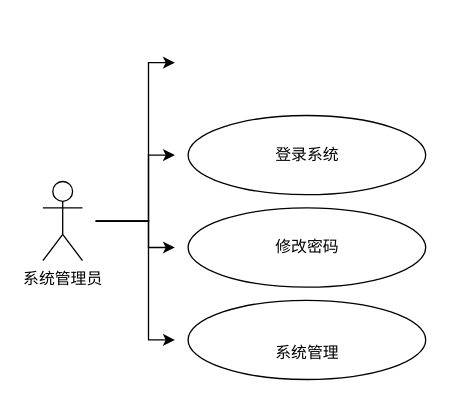
The draw.io diagram page "ent_manager_00" (1 of 2) of src/home/xiaodan/ent_manager.drawio in ab-doc/draw.io, before the edit. Source tidied: cells renumbered, new cells numbered last; positions are measured from the earlier drawing's top-left corner, leaving out a move shared by most shapes. Both pictures are drawn from the tidied source at 132%, with x=0, y=0 at pixel (42, 62).
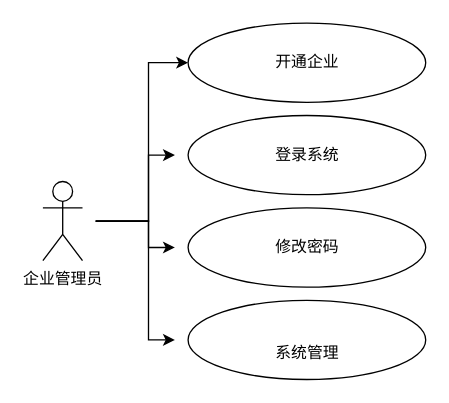
Above is the later version.

Change to the diagram source:
```diff
@@
-    <mxCell id="2" style="edgeStyle=orthogonalEdgeStyle;rounded=0;orthogonalLoop=1;jettySize=auto;html=1;" parent="1" edge="1">
-      <mxGeometry relative="1" as="geometry">
-        <mxPoint x="40" y="120" as="sourcePoint" />
-        <mxPoint x="100" as="targetPoint" />
-        <Array as="points">
-          <mxPoint x="40" y="120" />
-          <mxPoint x="80" y="120" />
-          <mxPoint x="80" />
-        </Array>
-      </mxGeometry>
-    </mxCell>
@@
+    <mxCell id="13" style="edgeStyle=orthogonalEdgeStyle;rounded=0;jettySize=auto;html=1;entryX=0;entryY=0.5;entryDx=0;entryDy=0;" parent="1" edge="1" target="14">
+      <mxGeometry relative="1" as="geometry">
+        <mxPoint x="40" y="120" as="sourcePoint" />
+        <Array as="points">
+          <mxPoint x="80" y="120" />
+          <mxPoint x="80" />
+        </Array>
+      </mxGeometry>
+    </mxCell>
-    <mxCell id="6" value="系统管理员" style="shape=umlActor;verticalLabelPosition=bottom;verticalAlign=top;html=1;" parent="1" vertex="1">
+    <mxCell id="6" value="企业管理员" style="shape=umlActor;verticalLabelPosition=bottom;verticalAlign=top;html=1;" parent="1" vertex="1">
       <mxGeometry y="90" width="30" height="60" as="geometry" />
     </mxCell>
@@
+    <mxCell id="14" style="ellipse;whiteSpace=wrap;html=1;verticalAlign=top;" parent="1" vertex="1">
+      <mxGeometry x="110" y="-30" width="180" height="60" as="geometry" />
+    </mxCell>
+    <mxCell id="15" value="开通企业" style="text;html=1;align=center;verticalAlign=middle;strokeColor=none;fillColor=none;" parent="1" vertex="1">
+      <mxGeometry x="170" y="-10" width="60" height="20" as="geometry" />
+    </mxCell>
```
